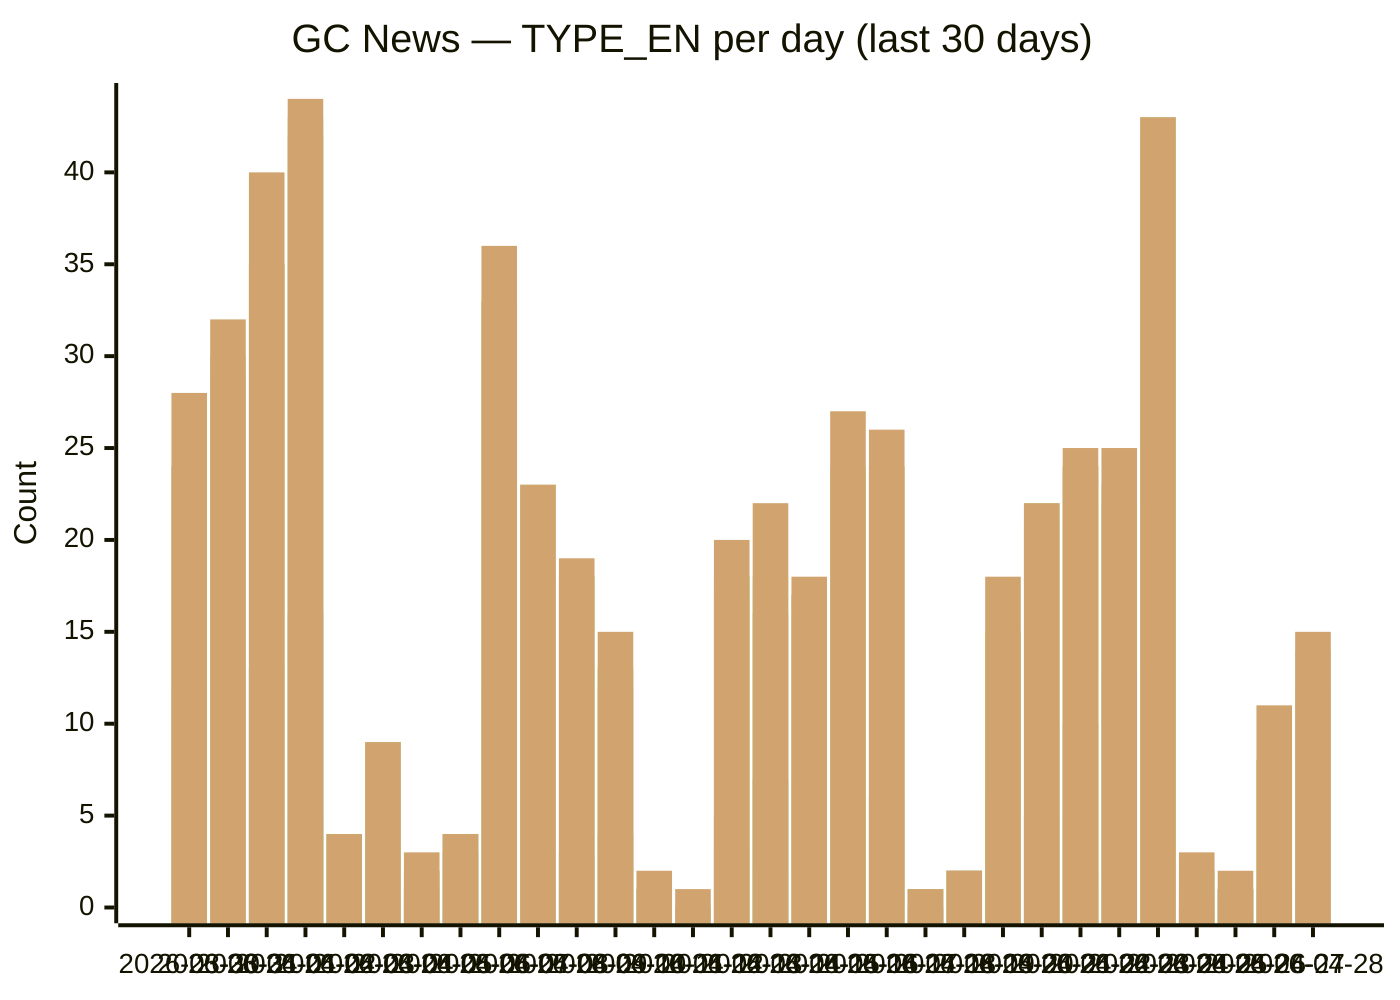
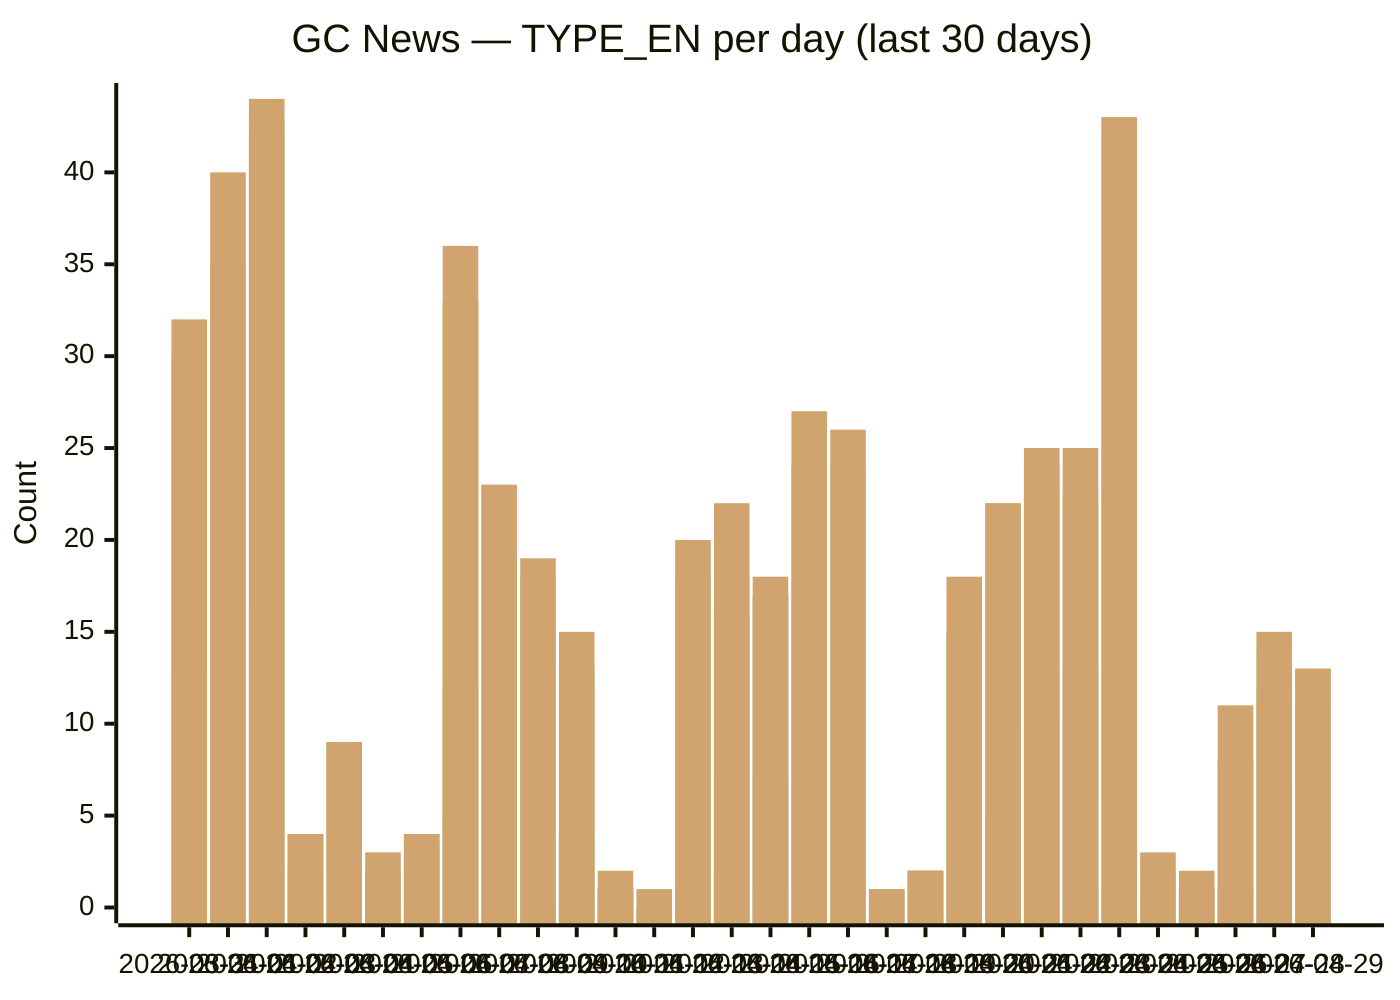
xychart-beta
  title "GC News — TYPE_EN per day (last 30 days)"
-   x-axis [2026-03-30, 2026-03-31, 2026-04-01, 2026-04-02, 2026-04-03, 2026-04-04, 2026-04-05, 2026-04-06, 2026-04-07, 2026-04-08, 2026-04-09, 2026-04-10, 2026-04-11, 2026-04-12, 2026-04-13, 2026-04-14, 2026-04-15, 2026-04-16, 2026-04-17, 2026-04-18, 2026-04-19, 2026-04-20, 2026-04-21, 2026-04-22, 2026-04-23, 2026-04-24, 2026-04-25, 2026-04-26, 2026-04-27, 2026-04-28]
+   x-axis [2026-03-31, 2026-04-01, 2026-04-02, 2026-04-03, 2026-04-04, 2026-04-05, 2026-04-06, 2026-04-07, 2026-04-08, 2026-04-09, 2026-04-10, 2026-04-11, 2026-04-12, 2026-04-13, 2026-04-14, 2026-04-15, 2026-04-16, 2026-04-17, 2026-04-18, 2026-04-19, 2026-04-20, 2026-04-21, 2026-04-22, 2026-04-23, 2026-04-24, 2026-04-25, 2026-04-26, 2026-04-27, 2026-04-28, 2026-04-29]
  y-axis "Count" 0 --> 44
-   bar backgrounders [1, 3, 1, 5, 1, 0, 0, 0, 5, 1, 1, 0, 0, 0, 3, 2, 1, 0, 3, 0, 0, 3, 1, 2, 1, 5, 0, 0, 1, 1]
-   bar "media advisories" [12, 13, 13, 16, 2, 8, 1, 3, 12, 8, 3, 4, 1, 0, 5, 7, 7, 13, 6, 0, 2, 6, 5, 10, 13, 6, 0, 1, 1, 7]
-   bar "news releases" [24, 29, 35, 42, 4, 9, 2, 4, 33, 23, 18, 12, 1, 0, 17, 16, 17, 24, 24, 1, 2, 15, 21, 24, 22, 41, 1, 1, 8, 11]
-   bar readouts [24, 29, 35, 42, 4, 9, 2, 4, 33, 23, 18, 13, 1, 0, 18, 16, 17, 24, 24, 1, 2, 15, 22, 24, 22, 42, 2, 1, 8, 12]
-   bar speeches [24, 30, 35, 43, 4, 9, 2, 4, 33, 23, 18, 13, 1, 0, 18, 18, 17, 24, 24, 1, 2, 15, 22, 24, 23, 43, 2, 1, 8, 14]
-   bar statements [28, 32, 40, 44, 4, 9, 3, 4, 36, 23, 19, 15, 2, 1, 20, 22, 18, 27, 26, 1, 2, 18, 22, 25, 25, 43, 3, 2, 11, 15]
+   bar backgrounders [3, 1, 5, 1, 0, 0, 0, 5, 1, 1, 0, 0, 0, 3, 2, 1, 0, 3, 0, 0, 3, 1, 2, 1, 5, 0, 0, 1, 1, 0]
+   bar "media advisories" [13, 13, 16, 2, 8, 1, 3, 12, 8, 3, 4, 1, 0, 5, 7, 7, 13, 6, 0, 2, 6, 5, 10, 13, 6, 0, 1, 1, 7, 4]
+   bar "news releases" [29, 35, 42, 4, 9, 2, 4, 33, 23, 18, 12, 1, 0, 17, 16, 17, 24, 24, 1, 2, 15, 21, 24, 22, 41, 1, 1, 8, 11, 11]
+   bar readouts [29, 35, 42, 4, 9, 2, 4, 33, 23, 18, 13, 1, 0, 18, 16, 17, 24, 24, 1, 2, 15, 22, 24, 22, 42, 2, 1, 8, 12, 11]
+   bar speeches [30, 35, 43, 4, 9, 2, 4, 33, 23, 18, 13, 1, 0, 18, 18, 17, 24, 24, 1, 2, 15, 22, 24, 23, 43, 2, 1, 8, 14, 13]
+   bar statements [32, 40, 44, 4, 9, 3, 4, 36, 23, 19, 15, 2, 1, 20, 22, 18, 27, 26, 1, 2, 18, 22, 25, 25, 43, 3, 2, 11, 15, 13]
